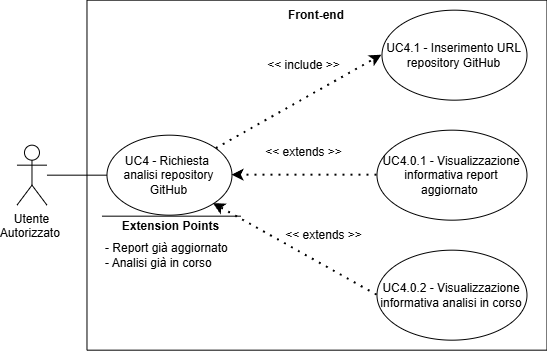
Above: assets/diagrams/UC4.png in SkarabGroup/DocumentazioneProgetto (draw.io), before the change. Source tidied: cells renumbered, new cells last; positions are measured from the earlier drawing's top-left corner, leaving out a move shared by most shapes.
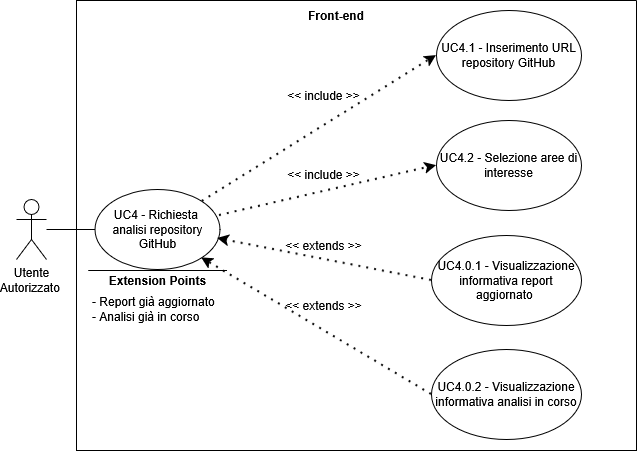
The same diagram one commit later.

What changed in the source:
```diff
@@ -3,56 +3,65 @@
     <mxCell id="0" />
     <mxCell id="1" parent="0" />
     <mxCell id="2" value="&lt;div&gt;Utente&lt;/div&gt;&lt;div&gt;Autorizzato&amp;nbsp;&lt;/div&gt;" style="shape=umlActor;verticalLabelPosition=bottom;verticalAlign=top;html=1;outlineConnect=0;" parent="1" vertex="1">
-      <mxGeometry x="0.5" y="144.7" width="30" height="60" as="geometry" />
+      <mxGeometry x="-511" y="-174" width="30" height="60" as="geometry" />
     </mxCell>
     <mxCell id="3" style="swimlane;startSize=0;" parent="1" vertex="1">
-      <mxGeometry x="70.5" y="-0.3" width="460" height="350" as="geometry" />
+      <mxGeometry x="-451" y="-373" width="560" height="450" as="geometry" />
     </mxCell>
     <mxCell id="4" value="UC4 - Richiesta&amp;nbsp; analisi repository GitHub" style="ellipse;whiteSpace=wrap;html=1;" parent="3" vertex="1">
-      <mxGeometry x="20" y="135" width="125" height="80" as="geometry" />
+      <mxGeometry x="18.6" y="189" width="125" height="80" as="geometry" />
     </mxCell>
     <mxCell id="5" value="UC4.1 - Inserimento URL repository GitHub" style="ellipse;whiteSpace=wrap;html=1;" parent="3" vertex="1">
-      <mxGeometry x="295" y="10" width="145" height="90" as="geometry" />
+      <mxGeometry x="360" y="10" width="145" height="90" as="geometry" />
     </mxCell>
     <mxCell id="6" style="endArrow=classic;dashed=1;html=1;dashPattern=1 3;strokeWidth=2;rounded=0;entryX=0;entryY=0.5;entryDx=0;entryDy=0;strokeColor=default;curved=0;endFill=1;endSize=6;" parent="3" edge="1" source="4" target="5">
       <mxGeometry relative="1" as="geometry" />
     </mxCell>
     <mxCell id="7" value="&amp;lt;&amp;lt; extends &amp;gt;&amp;gt;" style="text;html=1;whiteSpace=wrap;strokeColor=none;fillColor=none;align=center;verticalAlign=middle;rounded=0;" parent="3" vertex="1">
-      <mxGeometry x="170" y="137.3" width="95" height="30" as="geometry" />
+      <mxGeometry x="200" y="230" width="95" height="30" as="geometry" />
     </mxCell>
     <mxCell id="8" value="UC4.0.1 - Visualizzazione informativa report aggiornato&amp;nbsp;" style="ellipse;whiteSpace=wrap;html=1;" parent="3" vertex="1">
-      <mxGeometry x="290" y="130" width="150" height="90" as="geometry" />
+      <mxGeometry x="355" y="235" width="150" height="90" as="geometry" />
     </mxCell>
-    <mxCell id="9" style="endArrow=classic;dashed=1;html=1;dashPattern=1 3;strokeWidth=2;rounded=0;exitX=0;exitY=0.5;exitDx=0;exitDy=0;strokeColor=default;curved=0;endFill=1;endSize=6;entryX=1;entryY=0.5;entryDx=0;entryDy=0;" parent="3" edge="1" source="8" target="4">
+    <mxCell id="9" style="endArrow=classic;dashed=1;html=1;dashPattern=1 3;strokeWidth=2;rounded=0;exitX=0;exitY=0.5;exitDx=0;exitDy=0;strokeColor=default;curved=0;endFill=1;endSize=6;entryX=0.979;entryY=0.613;entryDx=0;entryDy=0;entryPerimeter=0;" parent="3" edge="1" source="8" target="4">
       <mxGeometry relative="1" as="geometry" />
     </mxCell>
     <mxCell id="10" value="&amp;lt;&amp;lt; extends &amp;gt;&amp;gt;" style="text;html=1;whiteSpace=wrap;strokeColor=none;fillColor=none;align=center;verticalAlign=middle;rounded=0;" parent="3" vertex="1">
-      <mxGeometry x="190" y="220" width="95" height="30" as="geometry" />
+      <mxGeometry x="200" y="290" width="95" height="30" as="geometry" />
     </mxCell>
     <mxCell id="11" value="UC4.0.2 - Visualizzazione informativa analisi in corso" style="ellipse;whiteSpace=wrap;html=1;" parent="3" vertex="1">
-      <mxGeometry x="290" y="250" width="150" height="90" as="geometry" />
+      <mxGeometry x="355" y="349" width="150" height="90" as="geometry" />
     </mxCell>
     <mxCell id="12" style="endArrow=classic;dashed=1;html=1;dashPattern=1 3;strokeWidth=2;rounded=0;entryX=1;entryY=1;entryDx=0;entryDy=0;strokeColor=default;curved=0;endFill=1;endSize=6;exitX=0;exitY=0.5;exitDx=0;exitDy=0;" parent="3" edge="1" source="11" target="4">
       <mxGeometry relative="1" as="geometry" />
     </mxCell>
     <mxCell id="13" value="&amp;lt;&amp;lt; include &amp;gt;&amp;gt;" style="text;html=1;whiteSpace=wrap;strokeColor=none;fillColor=none;align=center;verticalAlign=middle;rounded=0;" parent="3" vertex="1">
-      <mxGeometry x="170" y="50" width="95" height="30" as="geometry" />
+      <mxGeometry x="200" y="80" width="95" height="30" as="geometry" />
     </mxCell>
     <mxCell id="14" value="Front-end" style="text;html=1;whiteSpace=wrap;strokeColor=none;fillColor=none;align=center;verticalAlign=middle;rounded=0;perimeterSpacing=1;fontStyle=1;" parent="3" vertex="1">
-      <mxGeometry x="190" width="80" height="30" as="geometry" />
+      <mxGeometry x="220" width="80" height="30" as="geometry" />
     </mxCell>
     <mxCell id="15" style="endArrow=none;html=1;rounded=0;" parent="3" edge="1">
       <mxGeometry relative="1" as="geometry">
-        <mxPoint x="153.8" y="216" as="sourcePoint" />
-        <mxPoint x="15" y="216" as="targetPoint" />
+        <mxPoint x="150.5" y="270" as="sourcePoint" />
+        <mxPoint x="11.7" y="270" as="targetPoint" />
       </mxGeometry>
     </mxCell>
     <mxCell id="16" value="&lt;b&gt;Extension Points&lt;/b&gt;" style="text;html=1;whiteSpace=wrap;strokeColor=none;fillColor=none;align=center;verticalAlign=middle;rounded=0;strokeWidth=5;" parent="3" vertex="1">
-      <mxGeometry x="26.9" y="211" width="115" height="30" as="geometry" />
+      <mxGeometry x="23.6" y="265" width="115" height="30" as="geometry" />
     </mxCell>
     <mxCell id="17" value="&lt;div&gt;- Report già aggiornato&lt;/div&gt;&lt;div&gt;- Analisi già in corso&lt;/div&gt;" style="text;html=1;whiteSpace=wrap;strokeColor=none;fillColor=none;align=left;verticalAlign=middle;rounded=0;" parent="3" vertex="1">
-      <mxGeometry x="17" y="215" width="140" height="80" as="geometry" />
+      <mxGeometry x="13.7" y="269" width="140" height="80" as="geometry" />
     </mxCell>
+    <mxCell id="19" value="UC4.2 - Selezione aree di interesse" style="ellipse;whiteSpace=wrap;html=1;" parent="3" vertex="1">
+      <mxGeometry x="360" y="120" width="145" height="90" as="geometry" />
+    </mxCell>
+    <mxCell id="20" style="endArrow=classic;dashed=1;html=1;dashPattern=1 3;strokeWidth=2;rounded=0;entryX=0;entryY=0.5;entryDx=0;entryDy=0;strokeColor=default;curved=0;endFill=1;endSize=6;exitX=0.995;exitY=0.325;exitDx=0;exitDy=0;exitPerimeter=0;" parent="3" edge="1" source="4" target="19">
+      <mxGeometry relative="1" as="geometry" />
+    </mxCell>
+    <mxCell id="21" value="&amp;lt;&amp;lt; include &amp;gt;&amp;gt;" style="text;html=1;whiteSpace=wrap;strokeColor=none;fillColor=none;align=center;verticalAlign=middle;rounded=0;" parent="3" vertex="1">
+      <mxGeometry x="200" y="159" width="95" height="30" as="geometry" />
+    </mxCell>
     <mxCell id="18" style="endArrow=none;html=1;rounded=0;entryX=0;entryY=0.5;entryDx=0;entryDy=0;" parent="1" edge="1" source="2" target="4">
       <mxGeometry relative="1" as="geometry" />
     </mxCell>
```
